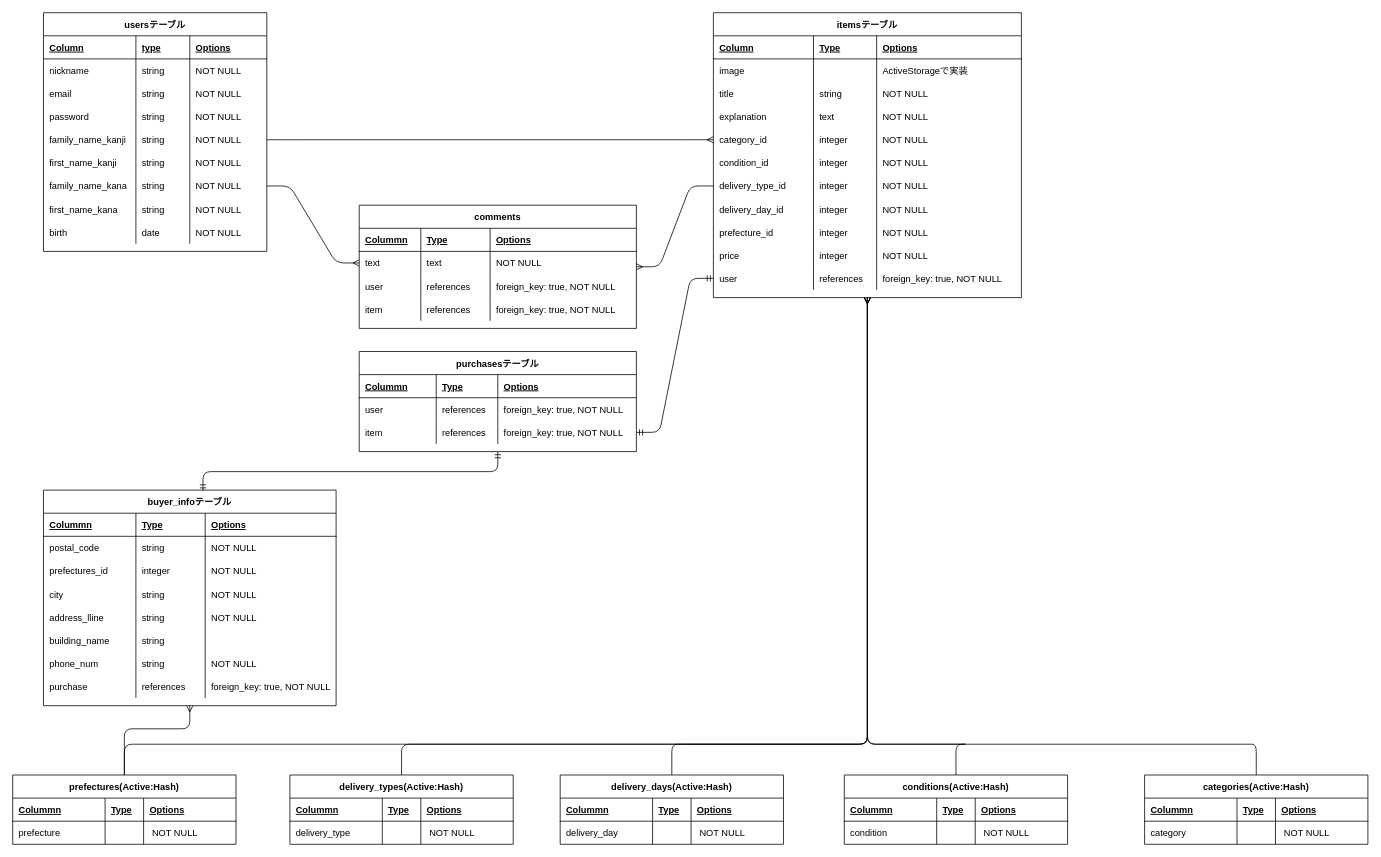
Earlier version of the draw.io diagram er_draw.dio (yosuke-yagishita/furima-30458). Source tidied: cells renumbered, new cells numbered last; positions are measured from the earlier drawing's top-left corner, leaving out a move shared by most shapes. Both pictures are drawn from the tidied source at 77%, with x=0, y=0 at pixel (12, 12).
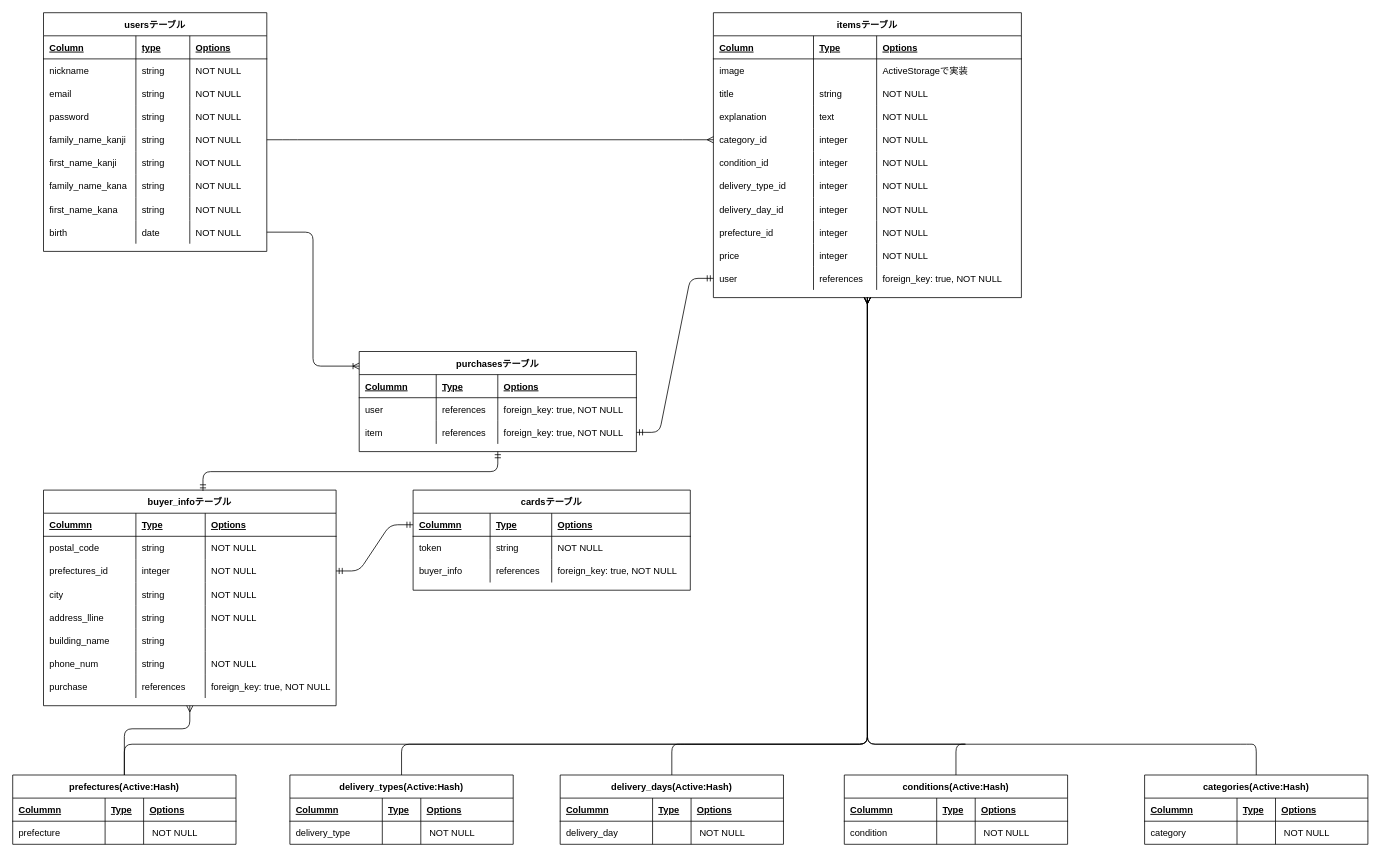
After the change.

The change refers to these unchanged cells:
```xml
<mxCell id="27" style="shape=partialRectangle;fillColor=none;top=0;left=0;bottom=0;right=0;points=[[0,0.5],[1,0.5]];portConstraint=eastwest;" parent="2" vertex="1">
  <mxGeometry y="210" width="290" height="30" as="geometry" />
</mxCell>
<mxCell id="35" style="shape=partialRectangle;fillColor=none;top=0;left=0;bottom=0;right=0;points=[[0,0.5],[1,0.5]];portConstraint=eastwest;" parent="2" vertex="1">
  <mxGeometry y="270" width="290" height="30" as="geometry" />
</mxCell>
<mxCell id="64" style="shape=partialRectangle;fillColor=none;top=0;left=0;bottom=0;right=0;points=[[0,0.5],[1,0.5]];portConstraint=eastwest;" parent="39" vertex="1">
  <mxGeometry y="210" width="400" height="30" as="geometry" />
</mxCell>
<mxCell id="100" style="shape=partialRectangle;fillColor=none;top=0;left=0;bottom=0;right=0;points=[[0,0.5],[1,0.5]];portConstraint=eastwest;" parent="91" vertex="1">
  <mxGeometry y="90" width="380" height="30" as="geometry" />
</mxCell>
<mxCell id="188" value="purchasesテーブル" style="shape=table;startSize=30;childLayout=tableLayout;rowLines=0;fontStyle=1;align=center;" parent="1" vertex="1">
  <mxGeometry x="450" y="440" width="360" height="130" as="geometry" />
</mxCell>
```

The edit, as a diff of the source:
```diff
@@
-    <mxCell id="85" style="edgeStyle=entityRelationEdgeStyle;fontSize=12;html=1;endArrow=ERmany;endFill=0;" parent="1" edge="1" source="64" target="171">
-      <mxGeometry relative="1" as="geometry" />
-    </mxCell>
@@
-    <mxCell id="171" value="comments" style="shape=table;startSize=30;childLayout=tableLayout;rowLines=0;fontStyle=1;align=center;" parent="1" vertex="1">
-      <mxGeometry x="450" y="250" width="360" height="160" as="geometry" />
-    </mxCell>
-    <mxCell id="172" style="shape=partialRectangle;fillColor=none;top=0;left=0;bottom=1;right=0;points=[[0,0.5],[1,0.5]];portConstraint=eastwest;" parent="171" vertex="1">
-      <mxGeometry y="30" width="360" height="30" as="geometry" />
-    </mxCell>
-    <mxCell id="173" value="Colummn" style="shape=partialRectangle;fillColor=none;top=0;left=0;bottom=0;right=0;align=left;spacingLeft=6;fontStyle=5;overflow=hidden;" parent="172" vertex="1">
-      <mxGeometry width="80" height="30" as="geometry" />
-    </mxCell>
-    <mxCell id="174" value="Type" style="shape=partialRectangle;fillColor=none;top=0;left=0;bottom=0;right=0;align=left;spacingLeft=6;fontStyle=5;overflow=hidden;" parent="172" vertex="1">
-      <mxGeometry x="80" width="90" height="30" as="geometry" />
-    </mxCell>
-    <mxCell id="175" value="Options" style="shape=partialRectangle;fillColor=none;top=0;left=0;bottom=0;right=0;align=left;spacingLeft=6;fontStyle=5;overflow=hidden;" parent="172" vertex="1">
-      <mxGeometry x="170" width="190" height="30" as="geometry" />
-    </mxCell>
-    <mxCell id="176" style="shape=partialRectangle;fillColor=none;top=0;left=0;bottom=0;right=0;points=[[0,0.5],[1,0.5]];portConstraint=eastwest;" parent="171" vertex="1">
-      <mxGeometry y="60" width="360" height="30" as="geometry" />
-    </mxCell>
-    <mxCell id="177" value="text" style="shape=partialRectangle;fillColor=none;top=0;left=0;bottom=0;right=0;align=left;spacingLeft=6;overflow=hidden;" parent="176" vertex="1">
-      <mxGeometry width="80" height="30" as="geometry" />
-    </mxCell>
-    <mxCell id="178" value="text" style="shape=partialRectangle;fillColor=none;top=0;left=0;bottom=0;right=0;align=left;spacingLeft=6;overflow=hidden;" parent="176" vertex="1">
-      <mxGeometry x="80" width="90" height="30" as="geometry" />
-    </mxCell>
-    <mxCell id="179" value="NOT NULL" style="shape=partialRectangle;fillColor=none;top=0;left=0;bottom=0;right=0;align=left;spacingLeft=6;overflow=hidden;" parent="176" vertex="1">
-      <mxGeometry x="170" width="190" height="30" as="geometry" />
-    </mxCell>
-    <mxCell id="180" style="shape=partialRectangle;fillColor=none;top=0;left=0;bottom=0;right=0;" parent="171" vertex="1">
-      <mxGeometry y="90" width="360" height="30" as="geometry" />
-    </mxCell>
-    <mxCell id="181" value="user" style="shape=partialRectangle;fillColor=none;top=0;left=0;bottom=0;right=0;align=left;spacingLeft=6;overflow=hidden;" parent="180" vertex="1">
-      <mxGeometry width="80" height="30" as="geometry" />
-    </mxCell>
-    <mxCell id="182" value="references" style="shape=partialRectangle;fillColor=none;top=0;left=0;bottom=0;right=0;align=left;spacingLeft=6;overflow=hidden;" parent="180" vertex="1">
-      <mxGeometry x="80" width="90" height="30" as="geometry" />
-    </mxCell>
-    <mxCell id="183" value="foreign_key: true, NOT NULL" style="shape=partialRectangle;fillColor=none;top=0;left=0;bottom=0;right=0;align=left;spacingLeft=6;overflow=hidden;" parent="180" vertex="1">
-      <mxGeometry x="170" width="190" height="30" as="geometry" />
-    </mxCell>
-    <mxCell id="184" style="shape=partialRectangle;fillColor=none;top=0;left=0;bottom=0;right=0;" parent="171" vertex="1">
-      <mxGeometry y="120" width="360" height="30" as="geometry" />
-    </mxCell>
-    <mxCell id="185" value="item" style="shape=partialRectangle;fillColor=none;top=0;left=0;bottom=0;right=0;align=left;spacingLeft=6;overflow=hidden;" parent="184" vertex="1">
-      <mxGeometry width="80" height="30" as="geometry" />
-    </mxCell>
-    <mxCell id="186" value="references" style="shape=partialRectangle;fillColor=none;top=0;left=0;bottom=0;right=0;align=left;spacingLeft=6;overflow=hidden;" parent="184" vertex="1">
-      <mxGeometry x="80" width="90" height="30" as="geometry" />
-    </mxCell>
-    <mxCell id="187" value="foreign_key: true, NOT NULL" style="shape=partialRectangle;fillColor=none;top=0;left=0;bottom=0;right=0;align=left;spacingLeft=6;overflow=hidden;" parent="184" vertex="1">
-      <mxGeometry x="170" width="190" height="30" as="geometry" />
-    </mxCell>
@@
-    <mxCell id="202" style="edgeStyle=entityRelationEdgeStyle;fontSize=12;html=1;endArrow=ERmany;entryX=0;entryY=0.5;entryDx=0;entryDy=0;exitX=1;exitY=0.5;exitDx=0;exitDy=0;" parent="1" edge="1" source="27" target="176">
-      <mxGeometry relative="1" as="geometry" />
-    </mxCell>
+    <mxCell id="203" value="cardsテーブル" style="shape=table;startSize=30;childLayout=tableLayout;rowLines=0;fontStyle=1;align=center;" parent="1" vertex="1">
+      <mxGeometry x="520" y="620" width="360" height="130" as="geometry" />
+    </mxCell>
+    <mxCell id="172" style="shape=partialRectangle;fillColor=none;top=0;left=0;bottom=1;right=0;points=[[0,0.5],[1,0.5]];portConstraint=eastwest;" parent="203" vertex="1">
+      <mxGeometry y="30" width="360" height="30" as="geometry" />
+    </mxCell>
+    <mxCell id="173" value="Colummn" style="shape=partialRectangle;fillColor=none;top=0;left=0;bottom=0;right=0;align=left;spacingLeft=6;fontStyle=5;overflow=hidden;" parent="172" vertex="1">
+      <mxGeometry width="100" height="30" as="geometry" />
+    </mxCell>
+    <mxCell id="174" value="Type" style="shape=partialRectangle;fillColor=none;top=0;left=0;bottom=0;right=0;align=left;spacingLeft=6;fontStyle=5;overflow=hidden;" parent="172" vertex="1">
+      <mxGeometry x="100" width="80" height="30" as="geometry" />
+    </mxCell>
+    <mxCell id="175" value="Options" style="shape=partialRectangle;fillColor=none;top=0;left=0;bottom=0;right=0;align=left;spacingLeft=6;fontStyle=5;overflow=hidden;" parent="172" vertex="1">
+      <mxGeometry x="180" width="180" height="30" as="geometry" />
+    </mxCell>
+    <mxCell id="176" style="shape=partialRectangle;fillColor=none;top=0;left=0;bottom=0;right=0;points=[[0,0.5],[1,0.5]];portConstraint=eastwest;" parent="203" vertex="1">
+      <mxGeometry y="60" width="360" height="30" as="geometry" />
+    </mxCell>
+    <mxCell id="204" value="token" style="shape=partialRectangle;fillColor=none;top=0;left=0;bottom=0;right=0;align=left;spacingLeft=6;overflow=hidden;" parent="176" vertex="1">
+      <mxGeometry width="100" height="30" as="geometry" />
+    </mxCell>
+    <mxCell id="205" value="string" style="shape=partialRectangle;fillColor=none;top=0;left=0;bottom=0;right=0;align=left;spacingLeft=6;overflow=hidden;" parent="176" vertex="1">
+      <mxGeometry x="100" width="80" height="30" as="geometry" />
+    </mxCell>
+    <mxCell id="179" value="NOT NULL" style="shape=partialRectangle;fillColor=none;top=0;left=0;bottom=0;right=0;align=left;spacingLeft=6;overflow=hidden;" parent="176" vertex="1">
+      <mxGeometry x="180" width="180" height="30" as="geometry" />
+    </mxCell>
+    <mxCell id="180" style="shape=partialRectangle;fillColor=none;top=0;left=0;bottom=0;right=0;" parent="203" vertex="1">
+      <mxGeometry y="90" width="360" height="30" as="geometry" />
+    </mxCell>
+    <mxCell id="206" value="buyer_info" style="shape=partialRectangle;fillColor=none;top=0;left=0;bottom=0;right=0;align=left;spacingLeft=6;overflow=hidden;" parent="180" vertex="1">
+      <mxGeometry width="100" height="30" as="geometry" />
+    </mxCell>
+    <mxCell id="207" value="references" style="shape=partialRectangle;fillColor=none;top=0;left=0;bottom=0;right=0;align=left;spacingLeft=6;overflow=hidden;" parent="180" vertex="1">
+      <mxGeometry x="100" width="80" height="30" as="geometry" />
+    </mxCell>
+    <mxCell id="208" value="foreign_key: true, NOT NULL" style="shape=partialRectangle;fillColor=none;top=0;left=0;bottom=0;right=0;align=left;spacingLeft=6;overflow=hidden;" parent="180" vertex="1">
+      <mxGeometry x="180" width="180" height="30" as="geometry" />
+    </mxCell>
+    <mxCell id="209" style="edgeStyle=entityRelationEdgeStyle;fontSize=12;html=1;endArrow=ERmandOne;startArrow=ERmandOne;entryX=0;entryY=0.5;entryDx=0;entryDy=0;exitX=1;exitY=0.5;exitDx=0;exitDy=0;" parent="1" edge="1" source="100" target="172">
+      <mxGeometry relative="1" as="geometry" />
+    </mxCell>
+    <mxCell id="210" style="edgeStyle=elbowEdgeStyle;fontSize=12;html=1;endArrow=ERoneToMany;entryX=0;entryY=0.146;entryDx=0;entryDy=0;exitX=1;exitY=0.5;exitDx=0;exitDy=0;entryPerimeter=0;" parent="1" edge="1" source="35" target="188">
+      <mxGeometry relative="1" as="geometry" />
+    </mxCell>
```
